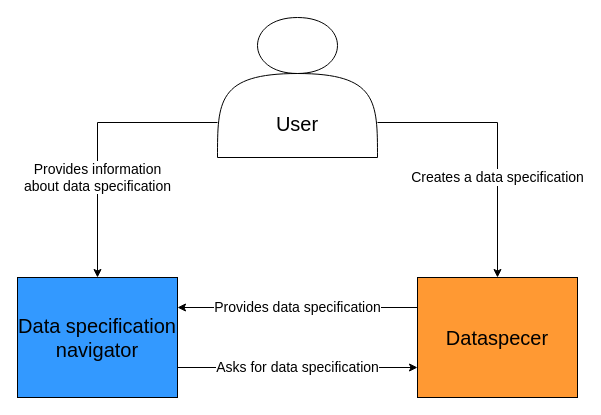
Above: presentation/C4_system_context.drawio in Kwantigon/research-project (draw.io), before the change. Source tidied: cells renumbered, new cells numbered last; positions are measured from the earlier drawing's top-left corner, leaving out a move shared by most shapes. Both pictures are drawn from the tidied source at 100%, with x=0, y=0 at pixel (17, 17).
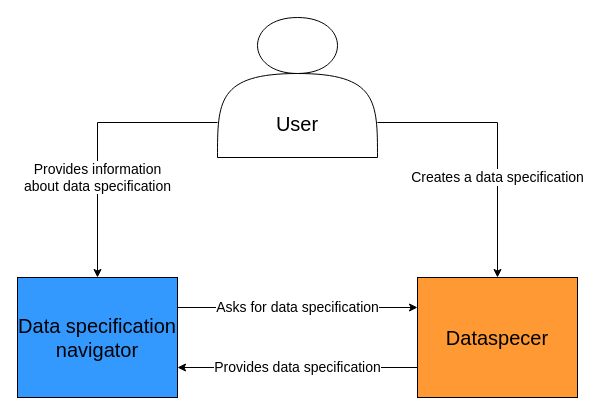
The same page after the edit.

The edit, as a diff of the source:
```diff
@@
 <mxGraphModel>
   <root>
     <mxCell id="0" />
     <mxCell id="1" parent="0" />
     <mxCell id="2" value="&lt;font style=&quot;font-size: 14px;&quot;&gt;Creates a data specification&lt;/font&gt;" style="edgeStyle=orthogonalEdgeStyle;rounded=0;jettySize=auto;html=1;entryX=0.5;entryY=0;entryDx=0;entryDy=0;exitX=1;exitY=0.75;exitDx=0;exitDy=0;" parent="1" edge="1" source="4" target="8">
       <mxGeometry x="0.27" relative="1" as="geometry" />
     </mxCell>
     <mxCell id="3" value="&lt;font style=&quot;font-size: 14px;&quot;&gt;Provides information&lt;/font&gt;&lt;div&gt;&lt;font style=&quot;font-size: 14px;&quot;&gt;about data specification&lt;/font&gt;&lt;/div&gt;" style="edgeStyle=orthogonalEdgeStyle;rounded=0;jettySize=auto;html=1;entryX=0.5;entryY=0;entryDx=0;entryDy=0;exitX=0;exitY=0.75;exitDx=0;exitDy=0;" parent="1" edge="1" source="4" target="6">
       <mxGeometry x="0.27" relative="1" as="geometry" />
     </mxCell>
     <mxCell id="4" value="&lt;div&gt;&lt;font style=&quot;font-size: 20px;&quot;&gt;&lt;br&gt;&lt;/font&gt;&lt;/div&gt;&lt;div&gt;&lt;font style=&quot;font-size: 20px;&quot;&gt;&lt;br&gt;&lt;/font&gt;&lt;/div&gt;&lt;div&gt;&lt;font style=&quot;font-size: 20px;&quot;&gt;&lt;br&gt;&lt;/font&gt;&lt;/div&gt;&lt;font style=&quot;font-size: 20px;&quot;&gt;User&lt;/font&gt;" style="shape=actor;whiteSpace=wrap;html=1;" parent="1" vertex="1">
       <mxGeometry x="200" width="160" height="140" as="geometry" />
     </mxCell>
-    <mxCell id="5" value="&lt;font style=&quot;font-size: 14px;&quot;&gt;Asks for data specification&lt;/font&gt;" style="edgeStyle=orthogonalEdgeStyle;rounded=0;jettySize=auto;html=1;entryX=0;entryY=0.75;entryDx=0;entryDy=0;exitX=1;exitY=0.75;exitDx=0;exitDy=0;" parent="1" edge="1" source="6" target="8">
+    <mxCell id="5" value="&lt;font style=&quot;font-size: 14px;&quot;&gt;Asks for data specification&lt;/font&gt;" style="edgeStyle=orthogonalEdgeStyle;rounded=0;jettySize=auto;html=1;exitX=1;exitY=0.25;exitDx=0;exitDy=0;entryX=0;entryY=0.25;entryDx=0;entryDy=0;" parent="1" edge="1" source="6" target="8">
       <mxGeometry relative="1" as="geometry" />
     </mxCell>
     <mxCell id="6" value="&lt;font style=&quot;font-size: 20px;&quot;&gt;Data specification navigator&lt;/font&gt;" style="rounded=0;whiteSpace=wrap;html=1;fillColor=#3399FF;" parent="1" vertex="1">
       <mxGeometry y="260" width="160" height="120" as="geometry" />
     </mxCell>
-    <mxCell id="7" value="&lt;font style=&quot;font-size: 14px;&quot;&gt;Provides data specification&lt;/font&gt;" style="edgeStyle=orthogonalEdgeStyle;rounded=0;jettySize=auto;html=1;entryX=1;entryY=0.25;entryDx=0;entryDy=0;exitX=0;exitY=0.25;exitDx=0;exitDy=0;" parent="1" edge="1" source="8" target="6">
+    <mxCell id="7" value="&lt;font style=&quot;font-size: 14px;&quot;&gt;Provides data specification&lt;/font&gt;" style="edgeStyle=orthogonalEdgeStyle;rounded=0;jettySize=auto;html=1;entryX=1;entryY=0.75;entryDx=0;entryDy=0;exitX=0;exitY=0.75;exitDx=0;exitDy=0;" parent="1" edge="1" source="8" target="6">
       <mxGeometry relative="1" as="geometry" />
     </mxCell>
     <mxCell id="8" value="&lt;font style=&quot;font-size: 20px;&quot;&gt;Dataspecer&lt;/font&gt;" style="rounded=0;whiteSpace=wrap;html=1;fillColor=#FF9933;" parent="1" vertex="1">
       <mxGeometry x="400" y="260" width="160" height="120" as="geometry" />
     </mxCell>
   </root>
 </mxGraphModel>
```
